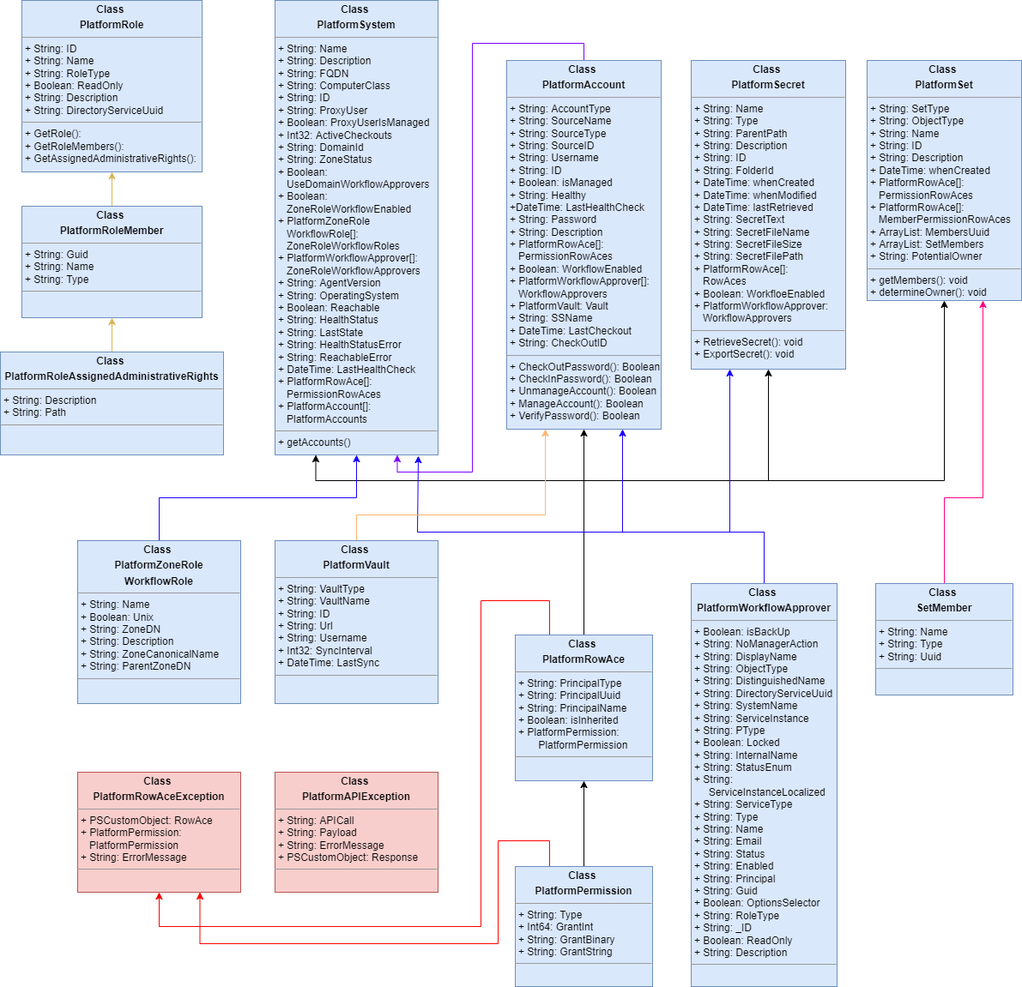
Before: PlatformPlusUML.png, a diagram exported from draw.io (dnlrv/PlatformPlus). Source tidied: cells renumbered, new cells last; positions are measured from the earlier drawing's top-left corner, leaving out a move shared by most shapes.
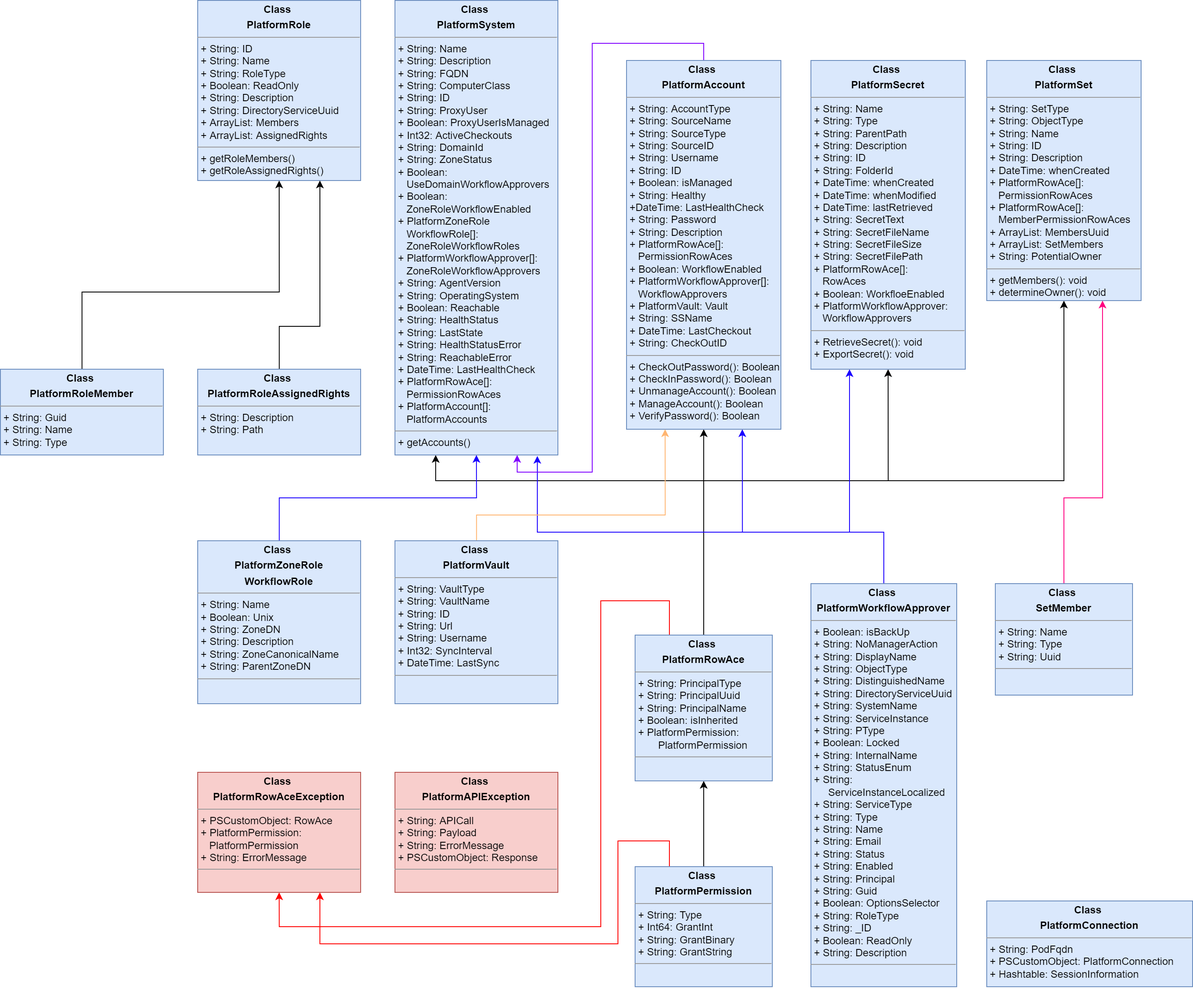
The same diagram one commit later.

Commit message:
Added PlatformConnection class and Set-PlatformConnection, updated diagrams

Change to the diagram source:
```diff
@@ -146,20 +146,33 @@
     <mxCell id="27" value="&lt;p style=&quot;margin: 0px ; margin-top: 4px ; text-align: center&quot;&gt;&lt;b&gt;Class&amp;nbsp;&lt;/b&gt;&lt;/p&gt;&lt;p style=&quot;margin: 0px ; margin-top: 4px ; text-align: center&quot;&gt;&lt;b&gt;PlatformZoneRole&lt;/b&gt;&lt;/p&gt;&lt;p style=&quot;margin: 0px ; margin-top: 4px ; text-align: center&quot;&gt;&lt;b&gt;WorkflowRole&lt;/b&gt;&lt;/p&gt;&lt;hr size=&quot;1&quot;&gt;&lt;p style=&quot;margin: 0px ; margin-left: 4px&quot;&gt;+ String: Name&lt;/p&gt;&lt;p style=&quot;margin: 0px ; margin-left: 4px&quot;&gt;+ Boolean: Unix&lt;/p&gt;&lt;p style=&quot;margin: 0px ; margin-left: 4px&quot;&gt;+ String: ZoneDN&lt;/p&gt;&lt;p style=&quot;margin: 0px ; margin-left: 4px&quot;&gt;+ String: Description&lt;/p&gt;&lt;p style=&quot;margin: 0px ; margin-left: 4px&quot;&gt;+ String: ZoneCanonicalName&lt;/p&gt;&lt;p style=&quot;margin: 0px ; margin-left: 4px&quot;&gt;+ String: ParentZoneDN&lt;/p&gt;&lt;hr size=&quot;1&quot;&gt;&lt;p style=&quot;margin: 0px ; margin-left: 4px&quot;&gt;&lt;br&gt;&lt;/p&gt;" style="verticalAlign=top;align=left;overflow=fill;fontSize=12;fontFamily=Helvetica;html=1;fillColor=#dae8fc;strokeColor=#6c8ebf;" parent="1" vertex="1">
       <mxGeometry x="90" y="630" width="190" height="190" as="geometry" />
     </mxCell>
-    <mxCell id="28" value="&lt;p style=&quot;margin: 0px ; margin-top: 4px ; text-align: center&quot;&gt;&lt;b&gt;Class&amp;nbsp;&lt;/b&gt;&lt;/p&gt;&lt;p style=&quot;margin: 0px ; margin-top: 4px ; text-align: center&quot;&gt;&lt;b&gt;PlatformRole&lt;/b&gt;&lt;/p&gt;&lt;hr size=&quot;1&quot;&gt;&lt;p style=&quot;margin: 0px ; margin-left: 4px&quot;&gt;+ String: ID&lt;br&gt;&lt;/p&gt;&lt;p style=&quot;margin: 0px ; margin-left: 4px&quot;&gt;+ String: Name&lt;/p&gt;&lt;p style=&quot;margin: 0px ; margin-left: 4px&quot;&gt;+ String: RoleType&lt;br&gt;&lt;/p&gt;&lt;p style=&quot;margin: 0px ; margin-left: 4px&quot;&gt;+ Boolean: ReadOnly&lt;br&gt;&lt;/p&gt;&lt;p style=&quot;margin: 0px ; margin-left: 4px&quot;&gt;+ String: Description&lt;/p&gt;&lt;p style=&quot;margin: 0px ; margin-left: 4px&quot;&gt;+ String: DirectoryServiceUuid&lt;/p&gt;&lt;hr size=&quot;1&quot;&gt;&lt;p style=&quot;margin: 0px ; margin-left: 4px&quot;&gt;+ GetRole():&lt;/p&gt;&lt;p style=&quot;margin: 0px ; margin-left: 4px&quot;&gt;+ GetRoleMembers():&lt;/p&gt;&lt;p style=&quot;margin: 0px ; margin-left: 4px&quot;&gt;&lt;span style=&quot;background-color: initial;&quot;&gt;+ GetAssignedAdministrativeRights():&lt;/span&gt;&lt;br&gt;&lt;/p&gt;" style="verticalAlign=top;align=left;overflow=fill;fontSize=12;fontFamily=Helvetica;html=1;fillColor=#dae8fc;strokeColor=#6c8ebf;" parent="1" vertex="1">
-      <mxGeometry x="25" width="210" height="200" as="geometry" />
-    </mxCell>
-    <mxCell id="29" style="edgeStyle=orthogonalEdgeStyle;rounded=0;jettySize=auto;html=1;fillColor=#fff2cc;strokeColor=#d6b656;" parent="1" edge="1" source="30" target="28">
-      <mxGeometry relative="1" as="geometry" />
-    </mxCell>
+    <mxCell id="33" value="&lt;p style=&quot;margin: 0px ; margin-top: 4px ; text-align: center&quot;&gt;&lt;b&gt;Class&amp;nbsp;&lt;/b&gt;&lt;/p&gt;&lt;p style=&quot;margin: 0px ; margin-top: 4px ; text-align: center&quot;&gt;&lt;b&gt;PlatformRole&lt;br&gt;&lt;/b&gt;&lt;/p&gt;&lt;hr size=&quot;1&quot;&gt;&lt;p style=&quot;margin: 0px ; margin-left: 4px&quot;&gt;+ String: ID&lt;br&gt;&lt;/p&gt;&lt;p style=&quot;margin: 0px ; margin-left: 4px&quot;&gt;+ String: Name&lt;/p&gt;&lt;p style=&quot;margin: 0px ; margin-left: 4px&quot;&gt;+ String: RoleType&lt;/p&gt;&lt;p style=&quot;margin: 0px ; margin-left: 4px&quot;&gt;+ Boolean: ReadOnly&lt;/p&gt;&lt;p style=&quot;margin: 0px ; margin-left: 4px&quot;&gt;+ String: Description&lt;/p&gt;&lt;p style=&quot;margin: 0px ; margin-left: 4px&quot;&gt;+ String: DirectoryServiceUuid&lt;/p&gt;&lt;p style=&quot;margin: 0px ; margin-left: 4px&quot;&gt;+ ArrayList: Members&lt;/p&gt;&lt;p style=&quot;margin: 0px ; margin-left: 4px&quot;&gt;+ ArrayList: AssignedRights&lt;/p&gt;&lt;hr size=&quot;1&quot;&gt;&lt;p style=&quot;margin: 0px ; margin-left: 4px&quot;&gt;+ getRoleMembers()&lt;/p&gt;&lt;p style=&quot;margin: 0px ; margin-left: 4px&quot;&gt;+ getRoleAssignedRights()&lt;/p&gt;" style="verticalAlign=top;align=left;overflow=fill;fontSize=12;fontFamily=Helvetica;html=1;fillColor=#dae8fc;strokeColor=#6c8ebf;" parent="1" vertex="1">
+      <mxGeometry x="90" width="190" height="210" as="geometry" />
+    </mxCell>
+    <mxCell id="34" style="edgeStyle=orthogonalEdgeStyle;rounded=0;jettySize=auto;html=1;entryX=0.75;entryY=1;entryDx=0;entryDy=0;" parent="1" edge="1" source="35" target="33">
+      <mxGeometry relative="1" as="geometry">
+        <Array as="points">
+          <mxPoint x="185" y="380" />
+          <mxPoint x="233" y="380" />
+        </Array>
+      </mxGeometry>
+    </mxCell>
+    <mxCell id="35" value="&lt;p style=&quot;margin: 0px ; margin-top: 4px ; text-align: center&quot;&gt;&lt;b&gt;Class&amp;nbsp;&lt;/b&gt;&lt;/p&gt;&lt;p style=&quot;margin: 0px ; margin-top: 4px ; text-align: center&quot;&gt;&lt;b&gt;PlatformRoleAssignedRights&lt;br&gt;&lt;/b&gt;&lt;/p&gt;&lt;hr size=&quot;1&quot;&gt;&lt;p style=&quot;margin: 0px ; margin-left: 4px&quot;&gt;+ String: Description&lt;/p&gt;&lt;p style=&quot;margin: 0px ; margin-left: 4px&quot;&gt;+ String: Path&lt;/p&gt;" style="verticalAlign=top;align=left;overflow=fill;fontSize=12;fontFamily=Helvetica;html=1;fillColor=#dae8fc;strokeColor=#6c8ebf;" parent="1" vertex="1">
+      <mxGeometry x="90" y="430" width="190" height="100" as="geometry" />
+    </mxCell>
+    <mxCell id="36" style="edgeStyle=orthogonalEdgeStyle;rounded=0;jettySize=auto;html=1;entryX=0.5;entryY=1;entryDx=0;entryDy=0;" parent="1" edge="1" source="30" target="33">
+      <mxGeometry relative="1" as="geometry">
+        <Array as="points">
+          <mxPoint x="-45" y="340" />
+          <mxPoint x="185" y="340" />
+        </Array>
+      </mxGeometry>
+    </mxCell>
-    <mxCell id="30" value="&lt;p style=&quot;margin: 0px ; margin-top: 4px ; text-align: center&quot;&gt;&lt;b&gt;Class&amp;nbsp;&lt;/b&gt;&lt;/p&gt;&lt;p style=&quot;margin: 0px ; margin-top: 4px ; text-align: center&quot;&gt;&lt;b&gt;PlatformRoleMember&lt;/b&gt;&lt;/p&gt;&lt;hr size=&quot;1&quot;&gt;&lt;p style=&quot;margin: 0px ; margin-left: 4px&quot;&gt;+ String: Guid&lt;br&gt;&lt;/p&gt;&lt;p style=&quot;margin: 0px ; margin-left: 4px&quot;&gt;+ String: Name&lt;/p&gt;&lt;p style=&quot;margin: 0px ; margin-left: 4px&quot;&gt;+ String: Type&lt;/p&gt;&lt;hr size=&quot;1&quot;&gt;&lt;p style=&quot;margin: 0px ; margin-left: 4px&quot;&gt;&lt;br&gt;&lt;/p&gt;" style="verticalAlign=top;align=left;overflow=fill;fontSize=12;fontFamily=Helvetica;html=1;fillColor=#dae8fc;strokeColor=#6c8ebf;" parent="1" vertex="1">
-      <mxGeometry x="25" y="240" width="210" height="130" as="geometry" />
+    <mxCell id="30" value="&lt;p style=&quot;margin: 0px ; margin-top: 4px ; text-align: center&quot;&gt;&lt;b&gt;Class&amp;nbsp;&lt;/b&gt;&lt;/p&gt;&lt;p style=&quot;margin: 0px ; margin-top: 4px ; text-align: center&quot;&gt;&lt;b&gt;PlatformRoleMember&lt;br&gt;&lt;/b&gt;&lt;/p&gt;&lt;hr size=&quot;1&quot;&gt;&lt;p style=&quot;margin: 0px ; margin-left: 4px&quot;&gt;+ String: Guid&lt;/p&gt;&lt;p style=&quot;margin: 0px ; margin-left: 4px&quot;&gt;+ String: Name&lt;/p&gt;&lt;p style=&quot;margin: 0px ; margin-left: 4px&quot;&gt;+ String: Type&lt;/p&gt;" style="verticalAlign=top;align=left;overflow=fill;fontSize=12;fontFamily=Helvetica;html=1;fillColor=#dae8fc;strokeColor=#6c8ebf;" parent="1" vertex="1">
+      <mxGeometry x="-140" y="430" width="190" height="100" as="geometry" />
     </mxCell>
-    <mxCell id="31" style="edgeStyle=orthogonalEdgeStyle;rounded=0;jettySize=auto;html=1;fillColor=#fff2cc;strokeColor=#d6b656;" parent="1" edge="1" source="32" target="30">
-      <mxGeometry relative="1" as="geometry" />
-    </mxCell>
-    <mxCell id="32" value="&lt;p style=&quot;margin: 0px ; margin-top: 4px ; text-align: center&quot;&gt;&lt;b&gt;Class&amp;nbsp;&lt;/b&gt;&lt;/p&gt;&lt;p style=&quot;margin: 0px ; margin-top: 4px ; text-align: center&quot;&gt;&lt;b&gt;PlatformRoleAssignedAdministrativeRights&lt;/b&gt;&lt;/p&gt;&lt;hr size=&quot;1&quot;&gt;&lt;p style=&quot;margin: 0px ; margin-left: 4px&quot;&gt;+ String: Description&lt;br&gt;&lt;/p&gt;&lt;p style=&quot;margin: 0px ; margin-left: 4px&quot;&gt;+ String: Path&lt;/p&gt;&lt;hr size=&quot;1&quot;&gt;&lt;p style=&quot;margin: 0px ; margin-left: 4px&quot;&gt;&lt;br&gt;&lt;/p&gt;" style="verticalAlign=top;align=left;overflow=fill;fontSize=12;fontFamily=Helvetica;html=1;fillColor=#dae8fc;strokeColor=#6c8ebf;" parent="1" vertex="1">
-      <mxGeometry y="410" width="260" height="120" as="geometry" />
-    </mxCell>
+    <mxCell id="37" value="&lt;p style=&quot;margin: 0px ; margin-top: 4px ; text-align: center&quot;&gt;&lt;b&gt;Class&amp;nbsp;&lt;/b&gt;&lt;/p&gt;&lt;p style=&quot;margin: 0px ; margin-top: 4px ; text-align: center&quot;&gt;&lt;b&gt;PlatformConnection&lt;/b&gt;&lt;/p&gt;&lt;hr size=&quot;1&quot;&gt;&lt;p style=&quot;margin: 0px ; margin-left: 4px&quot;&gt;+ String: PodFqdn&lt;/p&gt;&lt;p style=&quot;margin: 0px ; margin-left: 4px&quot;&gt;+ PSCustomObject: PlatformConnection&lt;/p&gt;&lt;p style=&quot;margin: 0px ; margin-left: 4px&quot;&gt;&lt;/p&gt;&lt;p style=&quot;margin: 0px ; margin-left: 4px&quot;&gt;+ Hashtable: SessionInformation&lt;/p&gt;" style="verticalAlign=top;align=left;overflow=fill;fontSize=12;fontFamily=Helvetica;html=1;fillColor=#dae8fc;strokeColor=#6c8ebf;" parent="1" vertex="1">
+      <mxGeometry x="1010" y="1050" width="240" height="100" as="geometry" />
+    </mxCell>
   </root>
 </mxGraphModel>
```
